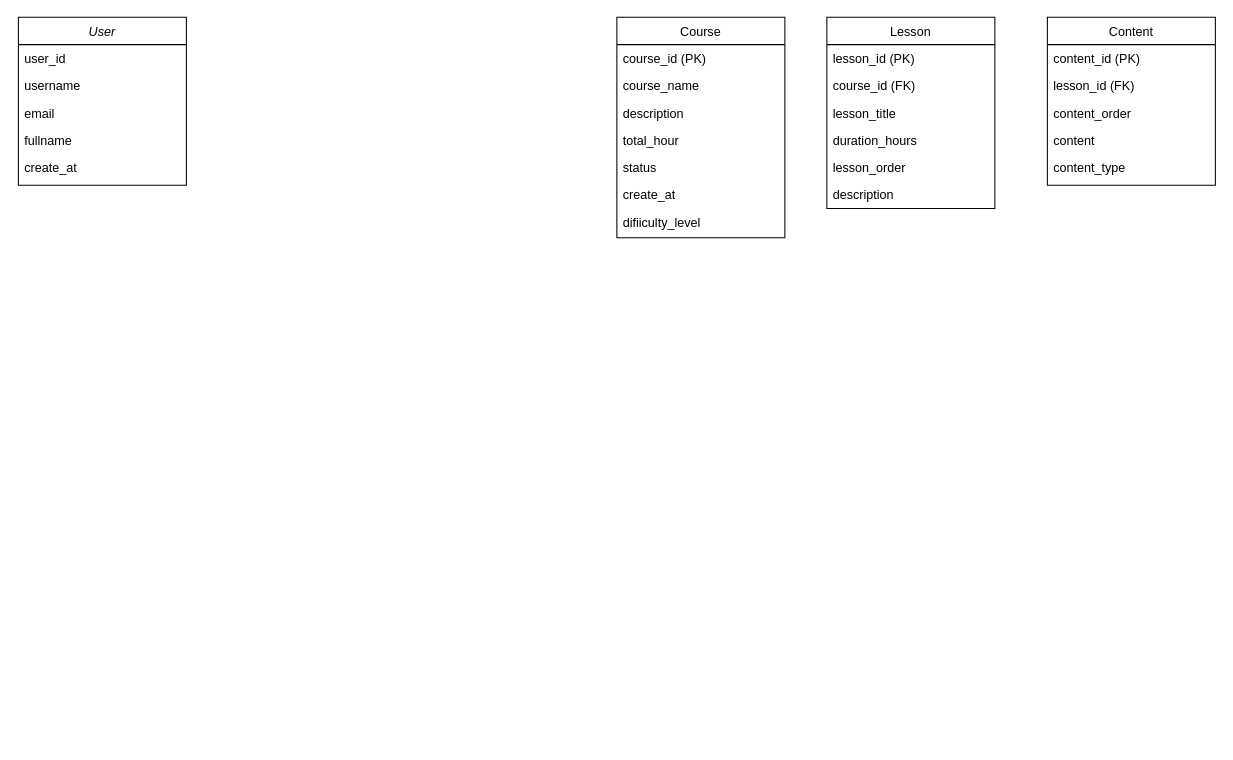
The draw.io diagram hi-hr-database.drawio in jongnidahub-001/Hai-Nida_LMS, before the edit. Source tidied: cells renumbered, new cells numbered last; positions are measured from the earlier drawing's top-left corner, leaving out a move shared by most shapes. Both pictures are drawn from the tidied source at 105%, with x=0, y=0 at pixel (18, 17).
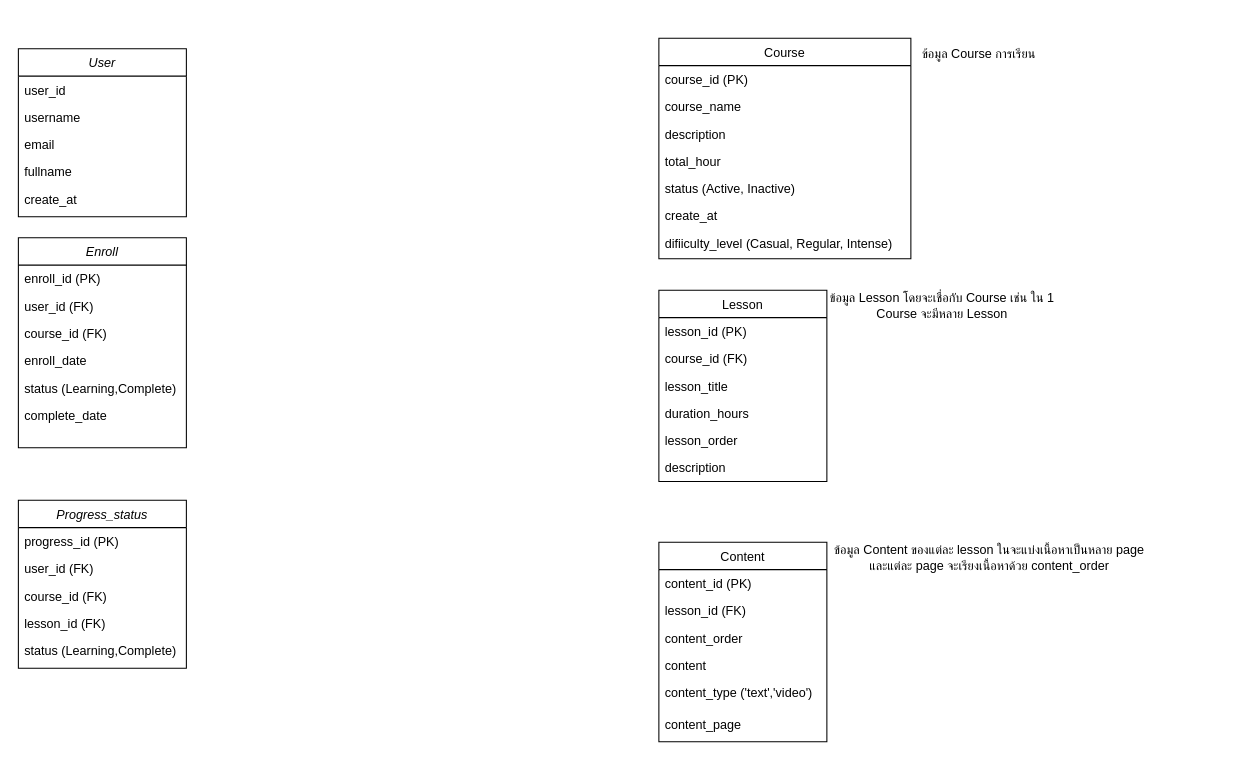
Above is the later version.

The edit, as a diff of the source:
```diff
@@
     <mxCell id="2" value="User" style="swimlane;fontStyle=2;align=center;verticalAlign=top;horizontal=1;startSize=26;rounded=0;shadow=0;strokeWidth=1;" parent="1" vertex="1">
-      <mxGeometry width="160" height="160" as="geometry" />
+      <mxGeometry y="30" width="160" height="160" as="geometry" />
     </mxCell>
@@
     <mxCell id="8" value="Course" style="swimlane;fontStyle=0;align=center;verticalAlign=top;horizontal=1;startSize=26;rounded=0;shadow=0;strokeWidth=1;" parent="1" vertex="1">
-      <mxGeometry x="570" width="160" height="210" as="geometry" />
+      <mxGeometry x="610" y="20" width="240" height="210" as="geometry" />
     </mxCell>
     <mxCell id="9" value="course_id (PK)" style="text;align=left;verticalAlign=top;spacingLeft=4;spacingRight=4;overflow=hidden;" parent="8" vertex="1">
-      <mxGeometry y="26" width="160" height="26" as="geometry" />
+      <mxGeometry y="26" width="240" height="26" as="geometry" />
     </mxCell>
     <mxCell id="10" value="course_name" style="text;align=left;verticalAlign=top;spacingLeft=4;spacingRight=4;overflow=hidden;rounded=0;shadow=0;html=0;" parent="8" vertex="1">
-      <mxGeometry y="52" width="160" height="26" as="geometry" />
+      <mxGeometry y="52" width="240" height="26" as="geometry" />
     </mxCell>
     <mxCell id="11" value="description" style="text;align=left;verticalAlign=top;spacingLeft=4;spacingRight=4;overflow=hidden;rounded=0;shadow=0;html=0;" parent="8" vertex="1">
-      <mxGeometry y="78" width="160" height="26" as="geometry" />
+      <mxGeometry y="78" width="240" height="26" as="geometry" />
     </mxCell>
     <mxCell id="12" value="total_hour" style="text;align=left;verticalAlign=top;spacingLeft=4;spacingRight=4;overflow=hidden;rounded=0;shadow=0;html=0;" parent="8" vertex="1">
-      <mxGeometry y="104" width="160" height="26" as="geometry" />
+      <mxGeometry y="104" width="240" height="26" as="geometry" />
     </mxCell>
-    <mxCell id="13" value="status" style="text;align=left;verticalAlign=top;spacingLeft=4;spacingRight=4;overflow=hidden;rounded=0;shadow=0;html=0;" parent="8" vertex="1">
-      <mxGeometry y="130" width="160" height="26" as="geometry" />
+    <mxCell id="13" value="status (Active, Inactive)" style="text;align=left;verticalAlign=top;spacingLeft=4;spacingRight=4;overflow=hidden;rounded=0;shadow=0;html=0;" parent="8" vertex="1">
+      <mxGeometry y="130" width="240" height="26" as="geometry" />
     </mxCell>
     <mxCell id="14" value="create_at" style="text;align=left;verticalAlign=top;spacingLeft=4;spacingRight=4;overflow=hidden;rounded=0;shadow=0;html=0;" parent="8" vertex="1">
-      <mxGeometry y="156" width="160" height="26" as="geometry" />
+      <mxGeometry y="156" width="240" height="26" as="geometry" />
     </mxCell>
-    <mxCell id="15" value="difiiculty_level" style="text;align=left;verticalAlign=top;spacingLeft=4;spacingRight=4;overflow=hidden;rounded=0;shadow=0;html=0;" parent="8" vertex="1">
-      <mxGeometry y="182" width="160" height="26" as="geometry" />
+    <mxCell id="15" value="difiiculty_level (Casual, Regular, Intense)" style="text;align=left;verticalAlign=top;spacingLeft=4;spacingRight=4;overflow=hidden;rounded=0;shadow=0;html=0;" parent="8" vertex="1">
+      <mxGeometry y="182" width="240" height="26" as="geometry" />
     </mxCell>
     <mxCell id="16" value="Lesson" style="swimlane;fontStyle=0;align=center;verticalAlign=top;horizontal=1;startSize=26;rounded=0;shadow=0;strokeWidth=1;" parent="1" vertex="1">
-      <mxGeometry x="770" width="160" height="182" as="geometry" />
+      <mxGeometry x="610" y="260" width="160" height="182" as="geometry" />
     </mxCell>
@@
     <mxCell id="23" value="Content" style="swimlane;fontStyle=0;align=center;verticalAlign=top;horizontal=1;startSize=26;rounded=0;shadow=0;strokeWidth=1;" parent="1" vertex="1">
-      <mxGeometry x="980" width="160" height="160" as="geometry" />
+      <mxGeometry x="610" y="500" width="160" height="190" as="geometry" />
     </mxCell>
@@
-    <mxCell id="28" value="content_type" style="text;align=left;verticalAlign=top;spacingLeft=4;spacingRight=4;overflow=hidden;rounded=0;shadow=0;html=0;" parent="23" vertex="1">
-      <mxGeometry y="130" width="160" height="26" as="geometry" />
+    <mxCell id="28" value="content_type ('text','video')" style="text;align=left;verticalAlign=top;spacingLeft=4;spacingRight=4;overflow=hidden;rounded=0;shadow=0;html=0;" parent="23" vertex="1">
+      <mxGeometry y="130" width="160" height="30" as="geometry" />
     </mxCell>
+    <mxCell id="29" value="content_page&#10;" style="text;align=left;verticalAlign=top;spacingLeft=4;spacingRight=4;overflow=hidden;rounded=0;shadow=0;html=0;" parent="23" vertex="1">
+      <mxGeometry y="160" width="160" height="26" as="geometry" />
+    </mxCell>
+    <mxCell id="30" value="ข้อมูล Course การเรียน" style="text;html=1;align=center;verticalAlign=middle;whiteSpace=wrap;rounded=0;" parent="1" vertex="1">
+      <mxGeometry x="830" y="20" width="170" height="30" as="geometry" />
+    </mxCell>
+    <mxCell id="31" value="ข้อมูล Lesson โดยจะเชื่อกับ Course เช่น ใน 1 Course จะมีหลาย Lesson" style="text;html=1;align=center;verticalAlign=middle;whiteSpace=wrap;rounded=0;" parent="1" vertex="1">
+      <mxGeometry x="770" y="260" width="220" height="30" as="geometry" />
+    </mxCell>
+    <mxCell id="32" value="ข้อมูล Content ของแต่ละ lesson ในจะแบ่งเนื้อหาเป็นหลาย page และแต่ละ page จะเรียงเนื้อหาด้วย content_order" style="text;html=1;align=center;verticalAlign=middle;whiteSpace=wrap;rounded=0;" parent="1" vertex="1">
+      <mxGeometry x="770" y="500" width="310" height="30" as="geometry" />
+    </mxCell>
+    <mxCell id="33" value="Progress_status" style="swimlane;fontStyle=2;align=center;verticalAlign=top;horizontal=1;startSize=26;rounded=0;shadow=0;strokeWidth=1;" parent="1" vertex="1">
+      <mxGeometry y="460" width="160" height="160" as="geometry" />
+    </mxCell>
+    <mxCell id="34" value="progress_id (PK)" style="text;align=left;verticalAlign=top;spacingLeft=4;spacingRight=4;overflow=hidden;" parent="33" vertex="1">
+      <mxGeometry y="26" width="160" height="26" as="geometry" />
+    </mxCell>
+    <mxCell id="35" value="user_id (FK)" style="text;align=left;verticalAlign=top;spacingLeft=4;spacingRight=4;overflow=hidden;rounded=0;shadow=0;html=0;" parent="33" vertex="1">
+      <mxGeometry y="52" width="160" height="26" as="geometry" />
+    </mxCell>
+    <mxCell id="36" value="course_id (FK)" style="text;align=left;verticalAlign=top;spacingLeft=4;spacingRight=4;overflow=hidden;rounded=0;shadow=0;html=0;" parent="33" vertex="1">
+      <mxGeometry y="78" width="160" height="26" as="geometry" />
+    </mxCell>
+    <mxCell id="37" value="lesson_id (FK)" style="text;align=left;verticalAlign=top;spacingLeft=4;spacingRight=4;overflow=hidden;rounded=0;shadow=0;html=0;" parent="33" vertex="1">
+      <mxGeometry y="104" width="160" height="26" as="geometry" />
+    </mxCell>
+    <mxCell id="38" value="status (Learning,Complete)" style="text;align=left;verticalAlign=top;spacingLeft=4;spacingRight=4;overflow=hidden;rounded=0;shadow=0;html=0;" parent="33" vertex="1">
+      <mxGeometry y="130" width="160" height="26" as="geometry" />
+    </mxCell>
+    <mxCell id="39" value="Enroll" style="swimlane;fontStyle=2;align=center;verticalAlign=top;horizontal=1;startSize=26;rounded=0;shadow=0;strokeWidth=1;" parent="1" vertex="1">
+      <mxGeometry y="210" width="160" height="200" as="geometry" />
+    </mxCell>
+    <mxCell id="40" value="enroll_id (PK)" style="text;align=left;verticalAlign=top;spacingLeft=4;spacingRight=4;overflow=hidden;" parent="39" vertex="1">
+      <mxGeometry y="26" width="160" height="26" as="geometry" />
+    </mxCell>
+    <mxCell id="41" value="user_id (FK)" style="text;align=left;verticalAlign=top;spacingLeft=4;spacingRight=4;overflow=hidden;rounded=0;shadow=0;html=0;" parent="39" vertex="1">
+      <mxGeometry y="52" width="160" height="26" as="geometry" />
+    </mxCell>
+    <mxCell id="42" value="course_id (FK)" style="text;align=left;verticalAlign=top;spacingLeft=4;spacingRight=4;overflow=hidden;rounded=0;shadow=0;html=0;" parent="39" vertex="1">
+      <mxGeometry y="78" width="160" height="26" as="geometry" />
+    </mxCell>
+    <mxCell id="43" value="enroll_date" style="text;align=left;verticalAlign=top;spacingLeft=4;spacingRight=4;overflow=hidden;rounded=0;shadow=0;html=0;" parent="39" vertex="1">
+      <mxGeometry y="104" width="160" height="26" as="geometry" />
+    </mxCell>
+    <mxCell id="44" value="status (Learning,Complete)" style="text;align=left;verticalAlign=top;spacingLeft=4;spacingRight=4;overflow=hidden;rounded=0;shadow=0;html=0;" parent="39" vertex="1">
+      <mxGeometry y="130" width="160" height="26" as="geometry" />
+    </mxCell>
+    <mxCell id="45" value="complete_date" style="text;align=left;verticalAlign=top;spacingLeft=4;spacingRight=4;overflow=hidden;rounded=0;shadow=0;html=0;" parent="39" vertex="1">
+      <mxGeometry y="156" width="160" height="26" as="geometry" />
+    </mxCell>
```
